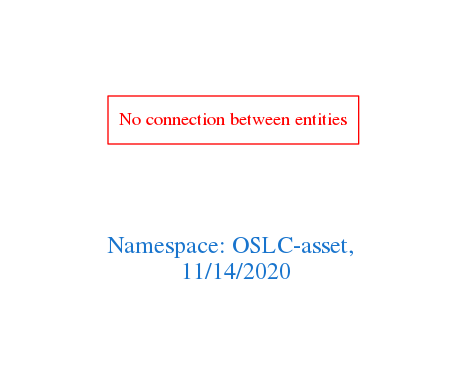
Earlier version of the Graphviz export downloads/OSLC-asset.png (arago/OGIT). Its source is kept beside it as downloads/OSLC-asset.dot.
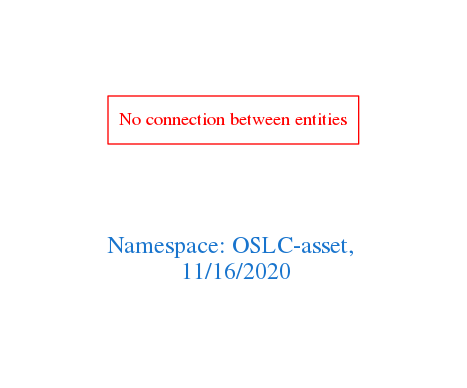
The same diagram one commit later.

What changed in the source:
```diff
@@ -1,7 +1,7 @@
 digraph OGIT_ontology {
  graph [ rankdir= LR,pad=1
 fontsize = 18,
-fontcolor= dodgerblue3,label = "\n\n\nNamespace: OSLC-asset, \n 11/14/2020"];
+fontcolor= dodgerblue3,label = "\n\n\nNamespace: OSLC-asset, \n 11/16/2020"];
 node[shape=polygon];
 edge [  color="gray81"];
 
```
